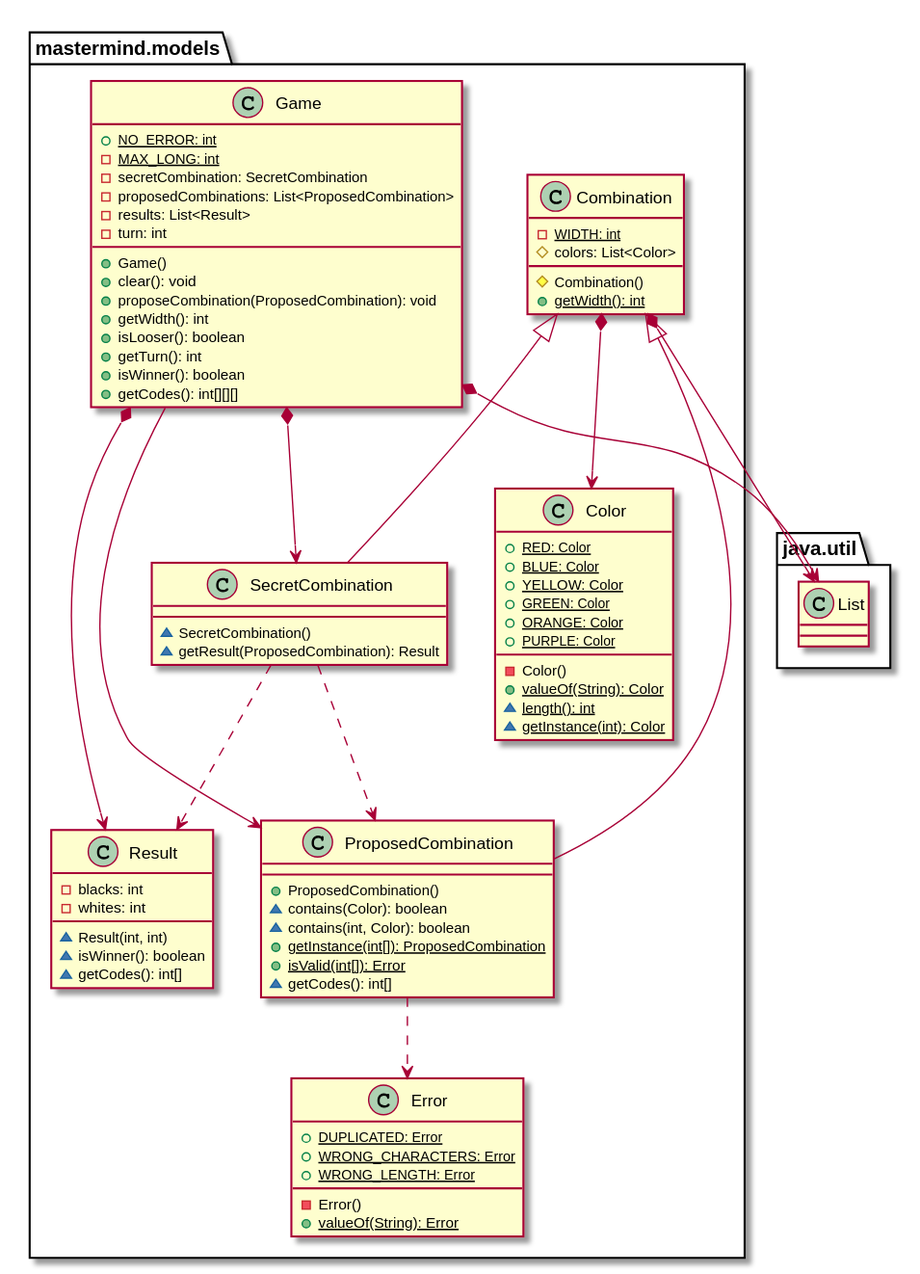
Earlier version of the PlantUML export docs/images/paqueteMastermindModel.svg (EscuelaIt/USantaTecla-game-mastermind-java). The source it was exported from:
```plantuml
@startuml

class  mastermind.models.Color{
+ {static} RED: Color
+ {static} BLUE: Color
+ {static} YELLOW: Color
+ {static} GREEN: Color
+ {static} ORANGE: Color
+ {static} PURPLE: Color
- Color()
+ {static} valueOf(String): Color
~ {static} length(): int
~ {static} getInstance(int): Color
}

class  mastermind.models.Combination{
- {static} WIDTH: int
# colors: List<Color>
# Combination()
+ {static} getWidth(): int
}
mastermind.models.Combination *-down-> java.util.List
mastermind.models.Combination *-down-> mastermind.models.Color

class  mastermind.models.Error{
+ {static} DUPLICATED: Error
+ {static} WRONG_CHARACTERS: Error
+ {static} WRONG_LENGTH: Error
- Error()
+ {static} valueOf(String): Error
}

class  mastermind.models.Game{
+ {static} NO_ERROR: int
- {static} MAX_LONG: int
- secretCombination: SecretCombination
- proposedCombinations: List<ProposedCombination>
- results: List<Result>
- turn: int
+ Game()
+ clear(): void
+ proposeCombination(ProposedCombination): void
+ getWidth(): int
+ isLooser(): boolean
+ getTurn(): int
+ isWinner(): boolean
+ getCodes(): int[][][]
}
mastermind.models.Game *-down-> java.util.List
mastermind.models.Game *-down-> mastermind.models.SecretCombination
mastermind.models.Game *-down-> mastermind.models.Result
mastermind.models.Game --> mastermind.models.ProposedCombination

class  mastermind.models.ProposedCombination{
+ ProposedCombination()
~ contains(Color): boolean
~ contains(int, Color): boolean
+ {static} getInstance(int[]): ProposedCombination
+ {static} isValid(int[]): Error
~ getCodes(): int[]
}
mastermind.models.Combination <|-down- mastermind.models.ProposedCombination
mastermind.models.ProposedCombination ..> mastermind.models.Error

class  mastermind.models.Result{
- blacks: int
- whites: int
~ Result(int, int)
~ isWinner(): boolean
~ getCodes(): int[]
}

class  mastermind.models.SecretCombination{
~ SecretCombination()
~ getResult(ProposedCombination): Result
}
mastermind.models.Combination <|-down- mastermind.models.SecretCombination
mastermind.models.SecretCombination ..> mastermind.models.Result
mastermind.models.SecretCombination ..> mastermind.models.ProposedCombination

@enduml
```
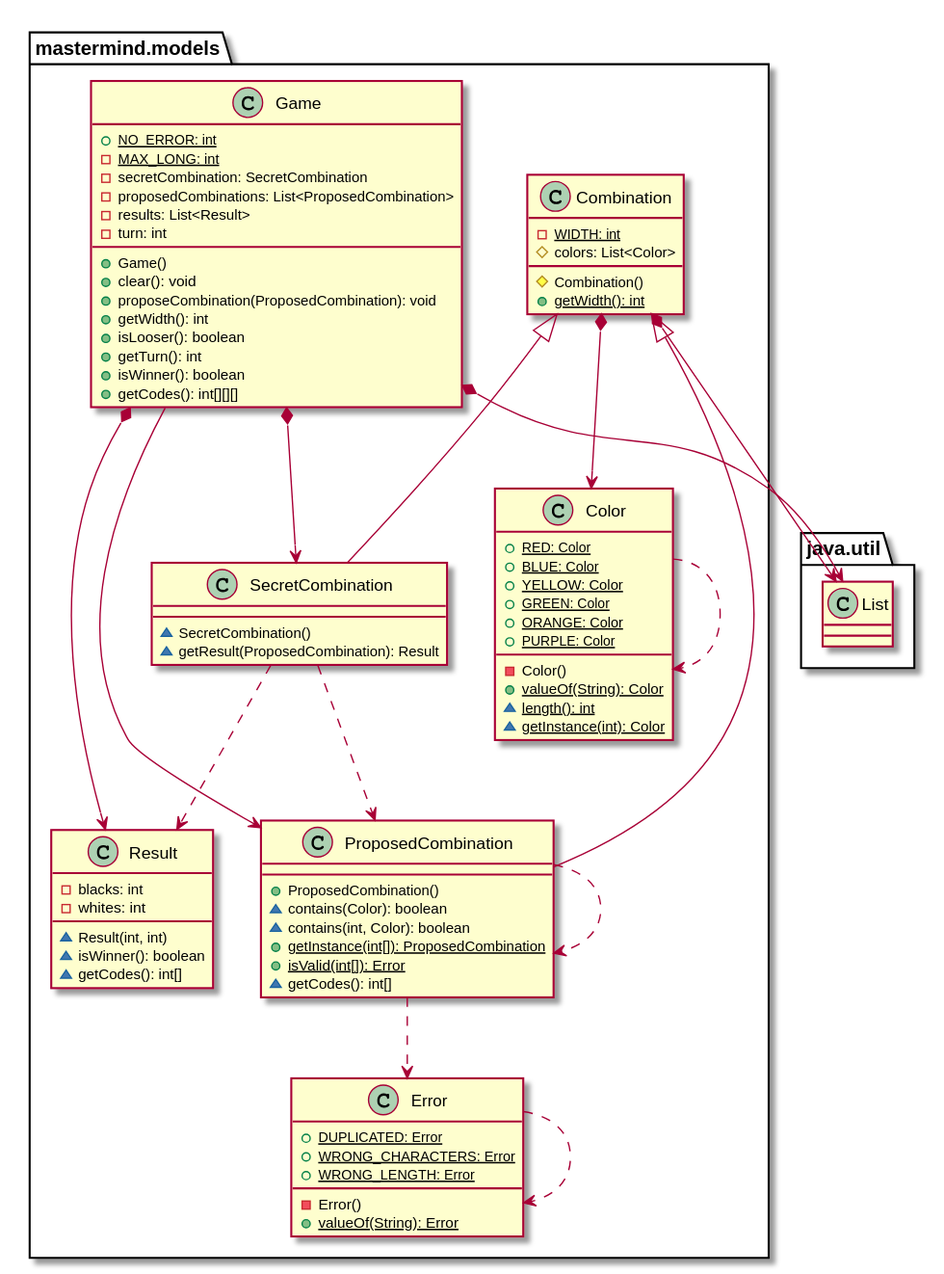
After the commit.

Diff of the diagram source:
```diff
@@ -12,6 +12,7 @@
 ~ {static} length(): int
 ~ {static} getInstance(int): Color
 }
+mastermind.models.Color ..> mastermind.models.Color
 
 class  mastermind.models.Combination{
 - {static} WIDTH: int
@@ -29,6 +30,7 @@
 - Error()
 + {static} valueOf(String): Error
 }
+mastermind.models.Error ..> mastermind.models.Error
 
 class  mastermind.models.Game{
 + {static} NO_ERROR: int
@@ -61,6 +63,7 @@
 }
 mastermind.models.Combination <|-down- mastermind.models.ProposedCombination
 mastermind.models.ProposedCombination ..> mastermind.models.Error
+mastermind.models.ProposedCombination ..> mastermind.models.ProposedCombination
 
 class  mastermind.models.Result{
 - blacks: int
```
